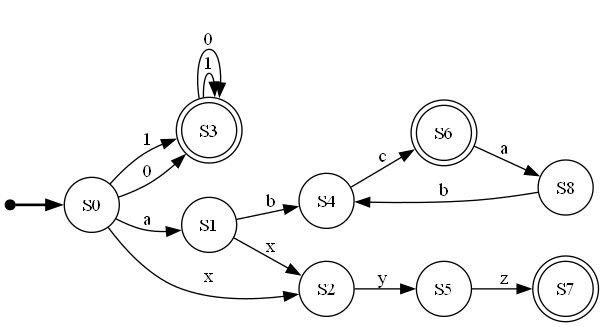
This is Proyecto1/AFD.png from AlvaroCeballos/-LFP-202300673-, a Graphviz export, as it was before one commit. Its source is kept beside it as Proyecto1/AFD.dot.
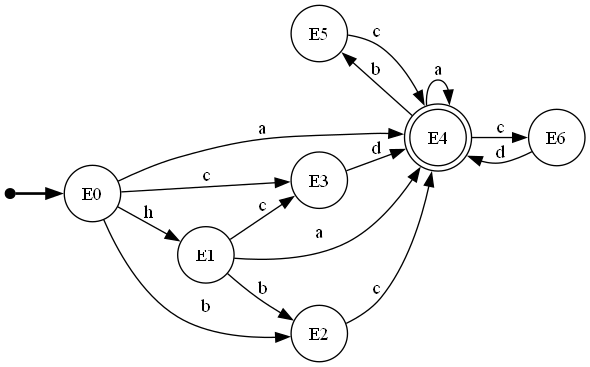
After the commit.

Change to the diagram source:
```diff
@@ -1,34 +1,35 @@
 digraph G {
 rankdir=LR;
 node [shape=circle];
-S3->S3[label="1"]
-S3->S3[label="0"]
-S4->S6[label="c"]
-S5->S7[label="z"]
-S6->S8[label="a"]
-S8->S4[label="b"]
-S0->S1[label="a"]
-S0->S3[label="1"]
-S0->S3[label="0"]
-S0->S2[label="x"]
-S1->S4[label="b"]
-S1->S2[label="x"]
-S2->S5[label="y"]
-S3 [shape=doublecircle]
-S3[shape=doublecircle]
-S3[shape=doublecircle]
-S6[shape=doublecircle]
-S7[shape=doublecircle]
-S6 [shape=doublecircle]
-S8[shape=circle]
-S4[shape=circle]
+E5->E4[label="c"]
+E6->E4[label="d"]
+E0->E3[label="c"]
+E0->E2[label="b"]
+E0->E4[label="a"]
+E0->E1[label="h"]
+E1->E3[label="c"]
+E1->E2[label="b"]
+E1->E4[label="a"]
+E2->E4[label="c"]
+E3->E4[label="d"]
+E4->E6[label="c"]
+E4->E5[label="b"]
+E4->E4[label="a"]
+E4[shape=doublecircle]
+E4[shape=doublecircle]
 invisible_start [shape=point, width=0.1, height=0.1]
-invisible_start -> S0 [style=bold]
-S1[shape=circle]
-S3[shape=doublecircle]
-S3[shape=doublecircle]
-S2[shape=circle]
-S4[shape=circle]
-S2[shape=circle]
-S5[shape=circle]
+invisible_start -> E0 [style=bold]
+E3[shape=circle]
+E2[shape=circle]
+E4[shape=doublecircle]
+E1[shape=circle]
+E3[shape=circle]
+E2[shape=circle]
+E4[shape=doublecircle]
+E4[shape=doublecircle]
+E4[shape=doublecircle]
+E4 [shape=doublecircle]
+E6[shape=circle]
+E5[shape=circle]
+E4[shape=doublecircle]
 }
```
